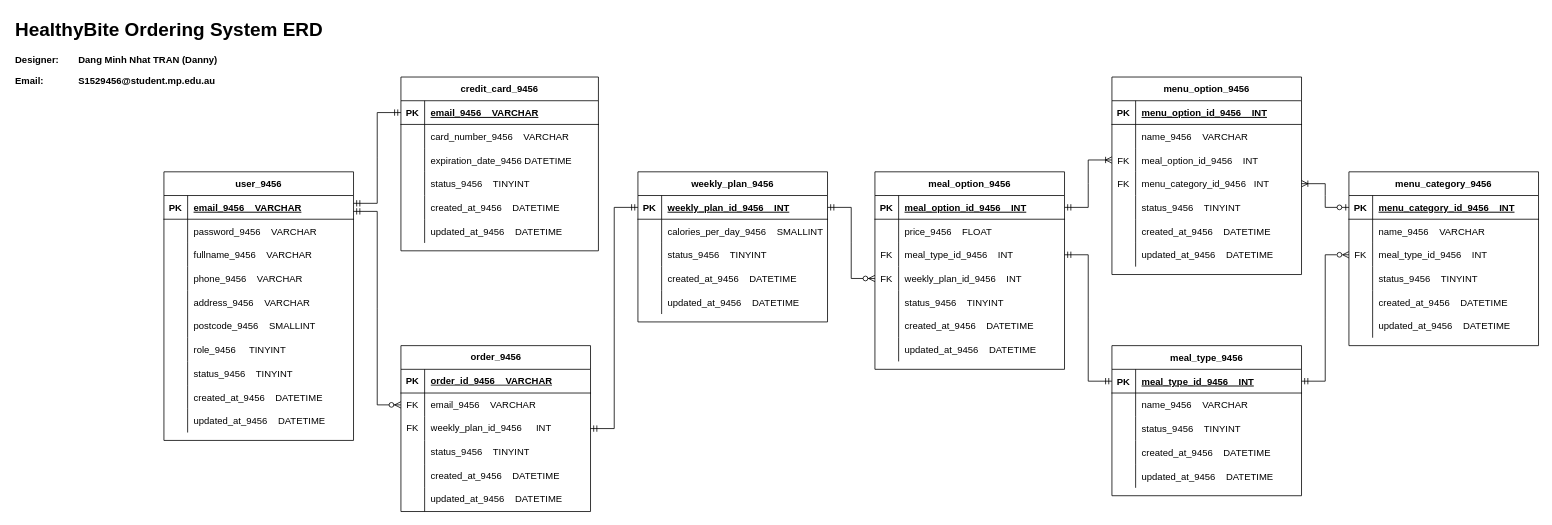
The draw.io diagram Untitled Diagram.drawio in DannyTran3000/er_diagram, before the edit. Source tidied: cells renumbered, new cells numbered last; positions are measured from the earlier drawing's top-left corner, leaving out a move shared by most shapes. Both pictures are drawn from the tidied source at 79%, with x=0, y=0 at pixel (13, 13).
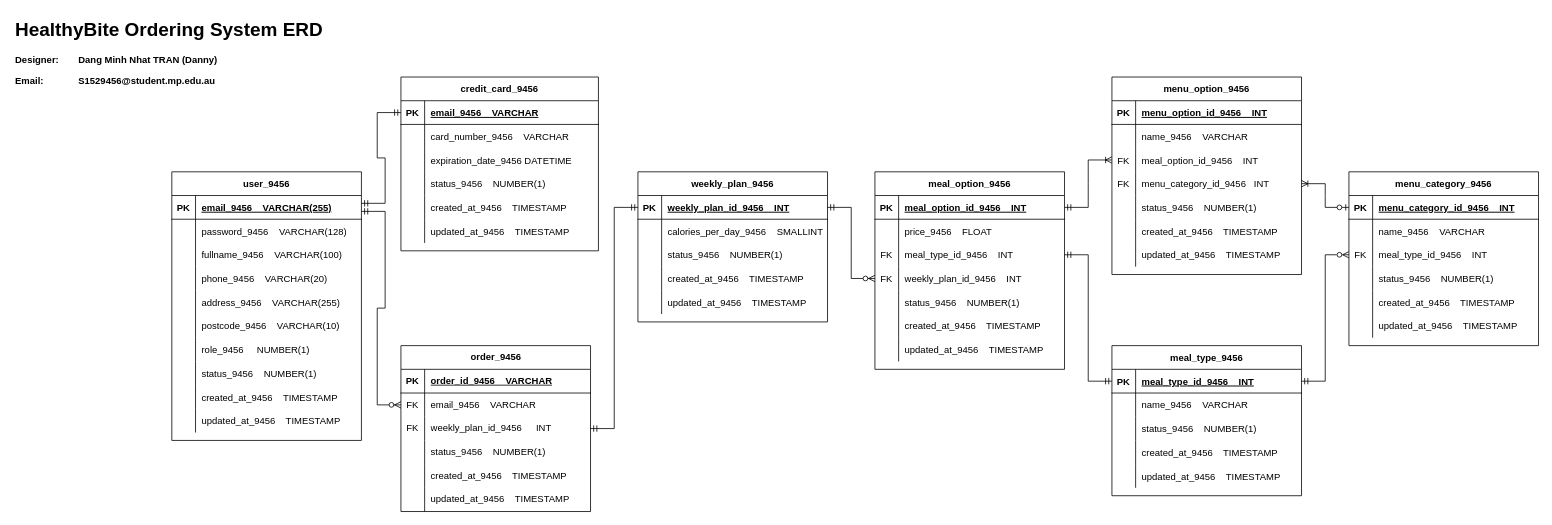
The same page after the edit.

Unchanged cells that the change refers to:
```xml
<mxCell id="12" style="shape=partialRectangle;fillColor=none;top=0;left=0;right=0;bottom=0;" parent="2" vertex="1">
<mxCell id="15" style="shape=partialRectangle;fillColor=none;top=0;left=0;right=0;bottom=0;" parent="2" vertex="1">
<mxCell id="18" style="shape=partialRectangle;fillColor=none;top=0;left=0;right=0;bottom=0;" parent="2" vertex="1">
<mxCell id="34" style="shape=partialRectangle;fillColor=none;top=0;left=0;right=0;bottom=0;" parent="21" vertex="1">
<mxCell id="37" style="shape=partialRectangle;fillColor=none;top=0;left=0;right=0;bottom=0;" parent="21" vertex="1">
<mxCell id="40" style="shape=partialRectangle;fillColor=none;top=0;left=0;right=0;bottom=0;" parent="21" vertex="1">
<mxCell id="44" style="shape=partialRectangle;fillColor=none;points=[[0,0.5],[1,0.5]];portConstraint=eastwest;top=0;left=0;right=0;bottom=1;" parent="43" vertex="1">
<mxCell id="47" style="shape=partialRectangle;fillColor=none;top=0;left=0;right=0;bottom=0;" parent="43" vertex="1">
<mxCell id="50" style="shape=partialRectangle;fillColor=none;top=0;left=0;right=0;bottom=0;" parent="43" vertex="1">
<mxCell id="53" style="shape=partialRectangle;fillColor=none;top=0;left=0;right=0;bottom=0;" parent="43" vertex="1">
<mxCell id="56" style="shape=partialRectangle;fillColor=none;top=0;left=0;right=0;bottom=0;" parent="43" vertex="1">
<mxCell id="59" style="shape=partialRectangle;fillColor=none;top=0;left=0;right=0;bottom=0;" parent="43" vertex="1">
<mxCell id="62" style="shape=partialRectangle;fillColor=none;top=0;left=0;right=0;bottom=0;" parent="43" vertex="1">
<mxCell id="65" style="shape=partialRectangle;fillColor=none;top=0;left=0;right=0;bottom=0;" parent="43" vertex="1">
<mxCell id="68" style="shape=partialRectangle;fillColor=none;top=0;left=0;right=0;bottom=0;" parent="43" vertex="1">
<mxCell id="71" style="shape=partialRectangle;fillColor=none;top=0;left=0;right=0;bottom=0;" parent="43" vertex="1">
<mxCell id="82" style="shape=partialRectangle;fillColor=none;top=0;left=0;right=0;bottom=0;" parent="75" vertex="1">
<mxCell id="85" style="shape=partialRectangle;fillColor=none;top=0;left=0;right=0;bottom=0;" parent="75" vertex="1">
<mxCell id="88" style="shape=partialRectangle;fillColor=none;top=0;left=0;right=0;bottom=0;" parent="75" vertex="1">
<mxCell id="105" style="shape=partialRectangle;fillColor=none;top=0;left=0;right=0;bottom=0;" parent="92" vertex="1">
<mxCell id="108" style="shape=partialRectangle;fillColor=none;top=0;left=0;right=0;bottom=0;" parent="92" vertex="1">
<mxCell id="111" style="shape=partialRectangle;fillColor=none;top=0;left=0;right=0;bottom=0;" parent="92" vertex="1">
<mxCell id="124" style="shape=partialRectangle;fillColor=none;top=0;left=0;right=0;bottom=0;" parent="114" vertex="1">
<mxCell id="127" style="shape=partialRectangle;fillColor=none;top=0;left=0;right=0;bottom=0;" parent="114" vertex="1">
<mxCell id="130" style="shape=partialRectangle;fillColor=none;top=0;left=0;right=0;bottom=0;" parent="114" vertex="1">
<mxCell id="140" style="shape=partialRectangle;fillColor=none;top=0;left=0;right=0;bottom=0;" parent="133" vertex="1">
<mxCell id="143" style="shape=partialRectangle;fillColor=none;top=0;left=0;right=0;bottom=0;" parent="133" vertex="1">
<mxCell id="146" style="shape=partialRectangle;fillColor=none;top=0;left=0;right=0;bottom=0;" parent="133" vertex="1">
<mxCell id="166" style="shape=tableRow;horizontal=0;startSize=0;swimlaneHead=0;swimlaneBody=0;fillColor=none;top=0;left=0;right=0;bottom=0;" parent="156" vertex="1">
<mxCell id="169" style="shape=tableRow;horizontal=0;startSize=0;swimlaneHead=0;swimlaneBody=0;fillColor=none;top=0;left=0;right=0;bottom=0;" parent="156" vertex="1">
<mxCell id="172" style="shape=tableRow;horizontal=0;startSize=0;swimlaneHead=0;swimlaneBody=0;fillColor=none;top=0;left=0;right=0;bottom=0;" parent="156" vertex="1">
```

The edit, as a diff of the source:
```diff
@@
-    <mxCell id="14" value="status_9456    TINYINT" style="shape=partialRectangle;overflow=hidden;fillColor=none;top=0;left=0;bottom=0;right=0;align=left;spacingLeft=6;" parent="12" vertex="1">
+    <mxCell id="14" value="status_9456    NUMBER(1)" style="shape=partialRectangle;overflow=hidden;fillColor=none;top=0;left=0;bottom=0;right=0;align=left;spacingLeft=6;" parent="12" vertex="1">
       <mxGeometry x="30" width="220" height="30" as="geometry" />
     </mxCell>
@@
-    <mxCell id="17" value="created_at_9456    DATETIME" style="shape=partialRectangle;overflow=hidden;fillColor=none;top=0;left=0;bottom=0;right=0;align=left;spacingLeft=6;" parent="15" vertex="1">
+    <mxCell id="17" value="created_at_9456    TIMESTAMP" style="shape=partialRectangle;overflow=hidden;fillColor=none;top=0;left=0;bottom=0;right=0;align=left;spacingLeft=6;" parent="15" vertex="1">
       <mxGeometry x="30" width="220" height="30" as="geometry" />
     </mxCell>
@@
-    <mxCell id="20" value="updated_at_9456    DATETIME" style="shape=partialRectangle;overflow=hidden;fillColor=none;top=0;left=0;bottom=0;right=0;align=left;spacingLeft=6;" parent="18" vertex="1">
+    <mxCell id="20" value="updated_at_9456    TIMESTAMP" style="shape=partialRectangle;overflow=hidden;fillColor=none;top=0;left=0;bottom=0;right=0;align=left;spacingLeft=6;" parent="18" vertex="1">
       <mxGeometry x="30" width="220" height="30" as="geometry" />
     </mxCell>
@@
-    <mxCell id="36" value="status_9456    TINYINT" style="shape=partialRectangle;overflow=hidden;fillColor=none;top=0;left=0;bottom=0;right=0;align=left;spacingLeft=6;" parent="34" vertex="1">
+    <mxCell id="36" value="status_9456    NUMBER(1)" style="shape=partialRectangle;overflow=hidden;fillColor=none;top=0;left=0;bottom=0;right=0;align=left;spacingLeft=6;" parent="34" vertex="1">
       <mxGeometry x="30" width="210" height="30" as="geometry" />
     </mxCell>
@@
-    <mxCell id="39" value="created_at_9456    DATETIME" style="shape=partialRectangle;overflow=hidden;fillColor=none;top=0;left=0;bottom=0;right=0;align=left;spacingLeft=6;" parent="37" vertex="1">
+    <mxCell id="39" value="created_at_9456    TIMESTAMP" style="shape=partialRectangle;overflow=hidden;fillColor=none;top=0;left=0;bottom=0;right=0;align=left;spacingLeft=6;" parent="37" vertex="1">
       <mxGeometry x="30" width="210" height="30" as="geometry" />
     </mxCell>
@@
-    <mxCell id="42" value="updated_at_9456    DATETIME" style="shape=partialRectangle;overflow=hidden;fillColor=none;top=0;left=0;bottom=0;right=0;align=left;spacingLeft=6;" parent="40" vertex="1">
+    <mxCell id="42" value="updated_at_9456    TIMESTAMP" style="shape=partialRectangle;overflow=hidden;fillColor=none;top=0;left=0;bottom=0;right=0;align=left;spacingLeft=6;" parent="40" vertex="1">
       <mxGeometry x="30" width="210" height="30" as="geometry" />
     </mxCell>
     <mxCell id="43" value="user_9456" style="shape=table;startSize=30;childLayout=tableLayout;rowLines=0;fontStyle=1;align=center;" parent="1" vertex="1">
-      <mxGeometry x="190" y="200" width="240" height="340" as="geometry" />
+      <mxGeometry x="200" y="200" width="240" height="340" as="geometry" />
     </mxCell>
@@
-    <mxCell id="46" value="email_9456    VARCHAR" style="shape=partialRectangle;overflow=hidden;fillColor=none;top=0;left=0;bottom=0;right=0;align=left;spacingLeft=6;fontStyle=5;" parent="44" vertex="1">
+    <mxCell id="46" value="email_9456    VARCHAR(255)" style="shape=partialRectangle;overflow=hidden;fillColor=none;top=0;left=0;bottom=0;right=0;align=left;spacingLeft=6;fontStyle=5;" parent="44" vertex="1">
       <mxGeometry x="30" width="210" height="30" as="geometry" />
     </mxCell>
@@
-    <mxCell id="49" value="password_9456    VARCHAR" style="shape=partialRectangle;overflow=hidden;fillColor=none;top=0;left=0;bottom=0;right=0;align=left;spacingLeft=6;" parent="47" vertex="1">
+    <mxCell id="49" value="password_9456    VARCHAR(128)" style="shape=partialRectangle;overflow=hidden;fillColor=none;top=0;left=0;bottom=0;right=0;align=left;spacingLeft=6;" parent="47" vertex="1">
       <mxGeometry x="30" width="210" height="30" as="geometry" />
     </mxCell>
@@
-    <mxCell id="52" value="fullname_9456    VARCHAR" style="shape=partialRectangle;overflow=hidden;fillColor=none;top=0;left=0;bottom=0;right=0;align=left;spacingLeft=6;" parent="50" vertex="1">
+    <mxCell id="52" value="fullname_9456    VARCHAR(100)" style="shape=partialRectangle;overflow=hidden;fillColor=none;top=0;left=0;bottom=0;right=0;align=left;spacingLeft=6;" parent="50" vertex="1">
       <mxGeometry x="30" width="210" height="30" as="geometry" />
     </mxCell>
@@
-    <mxCell id="55" value="phone_9456    VARCHAR" style="shape=partialRectangle;overflow=hidden;fillColor=none;top=0;left=0;bottom=0;right=0;align=left;spacingLeft=6;" parent="53" vertex="1">
+    <mxCell id="55" value="phone_9456    VARCHAR(20)" style="shape=partialRectangle;overflow=hidden;fillColor=none;top=0;left=0;bottom=0;right=0;align=left;spacingLeft=6;" parent="53" vertex="1">
       <mxGeometry x="30" width="210" height="30" as="geometry" />
     </mxCell>
@@
-    <mxCell id="58" value="address_9456    VARCHAR" style="shape=partialRectangle;overflow=hidden;fillColor=none;top=0;left=0;bottom=0;right=0;align=left;spacingLeft=6;" parent="56" vertex="1">
+    <mxCell id="58" value="address_9456    VARCHAR(255)" style="shape=partialRectangle;overflow=hidden;fillColor=none;top=0;left=0;bottom=0;right=0;align=left;spacingLeft=6;" parent="56" vertex="1">
       <mxGeometry x="30" width="210" height="30" as="geometry" />
     </mxCell>
@@
-    <mxCell id="61" value="postcode_9456    SMALLINT" style="shape=partialRectangle;overflow=hidden;fillColor=none;top=0;left=0;bottom=0;right=0;align=left;spacingLeft=6;" parent="59" vertex="1">
+    <mxCell id="61" value="postcode_9456    VARCHAR(10)" style="shape=partialRectangle;overflow=hidden;fillColor=none;top=0;left=0;bottom=0;right=0;align=left;spacingLeft=6;" parent="59" vertex="1">
       <mxGeometry x="30" width="210" height="30" as="geometry" />
     </mxCell>
@@
-    <mxCell id="64" value="role_9456     TINYINT" style="shape=partialRectangle;overflow=hidden;fillColor=none;top=0;left=0;bottom=0;right=0;align=left;spacingLeft=6;" parent="62" vertex="1">
+    <mxCell id="64" value="role_9456     NUMBER(1)" style="shape=partialRectangle;overflow=hidden;fillColor=none;top=0;left=0;bottom=0;right=0;align=left;spacingLeft=6;" parent="62" vertex="1">
       <mxGeometry x="30" width="210" height="30" as="geometry" />
     </mxCell>
@@
-    <mxCell id="67" value="status_9456    TINYINT" style="shape=partialRectangle;overflow=hidden;fillColor=none;top=0;left=0;bottom=0;right=0;align=left;spacingLeft=6;" parent="65" vertex="1">
+    <mxCell id="67" value="status_9456    NUMBER(1)" style="shape=partialRectangle;overflow=hidden;fillColor=none;top=0;left=0;bottom=0;right=0;align=left;spacingLeft=6;" parent="65" vertex="1">
       <mxGeometry x="30" width="210" height="30" as="geometry" />
     </mxCell>
@@
-    <mxCell id="70" value="created_at_9456    DATETIME" style="shape=partialRectangle;overflow=hidden;fillColor=none;top=0;left=0;bottom=0;right=0;align=left;spacingLeft=6;" parent="68" vertex="1">
+    <mxCell id="70" value="created_at_9456    TIMESTAMP" style="shape=partialRectangle;overflow=hidden;fillColor=none;top=0;left=0;bottom=0;right=0;align=left;spacingLeft=6;" parent="68" vertex="1">
       <mxGeometry x="30" width="210" height="30" as="geometry" />
     </mxCell>
@@
-    <mxCell id="73" value="updated_at_9456    DATETIME" style="shape=partialRectangle;overflow=hidden;fillColor=none;top=0;left=0;bottom=0;right=0;align=left;spacingLeft=6;" parent="71" vertex="1">
+    <mxCell id="73" value="updated_at_9456    TIMESTAMP" style="shape=partialRectangle;overflow=hidden;fillColor=none;top=0;left=0;bottom=0;right=0;align=left;spacingLeft=6;" parent="71" vertex="1">
       <mxGeometry x="30" width="210" height="30" as="geometry" />
     </mxCell>
@@
-    <mxCell id="84" value="status_9456    TINYINT" style="shape=partialRectangle;overflow=hidden;fillColor=none;top=0;left=0;bottom=0;right=0;align=left;spacingLeft=6;" parent="82" vertex="1">
+    <mxCell id="84" value="status_9456    NUMBER(1)" style="shape=partialRectangle;overflow=hidden;fillColor=none;top=0;left=0;bottom=0;right=0;align=left;spacingLeft=6;" parent="82" vertex="1">
       <mxGeometry x="30" width="210" height="30" as="geometry" />
     </mxCell>
@@
-    <mxCell id="87" value="created_at_9456    DATETIME" style="shape=partialRectangle;overflow=hidden;fillColor=none;top=0;left=0;bottom=0;right=0;align=left;spacingLeft=6;" parent="85" vertex="1">
+    <mxCell id="87" value="created_at_9456    TIMESTAMP" style="shape=partialRectangle;overflow=hidden;fillColor=none;top=0;left=0;bottom=0;right=0;align=left;spacingLeft=6;" parent="85" vertex="1">
       <mxGeometry x="30" width="210" height="30" as="geometry" />
     </mxCell>
@@
-    <mxCell id="90" value="updated_at_9456    DATETIME" style="shape=partialRectangle;overflow=hidden;fillColor=none;top=0;left=0;bottom=0;right=0;align=left;spacingLeft=6;" parent="88" vertex="1">
+    <mxCell id="90" value="updated_at_9456    TIMESTAMP" style="shape=partialRectangle;overflow=hidden;fillColor=none;top=0;left=0;bottom=0;right=0;align=left;spacingLeft=6;" parent="88" vertex="1">
       <mxGeometry x="30" width="210" height="30" as="geometry" />
     </mxCell>
@@
-    <mxCell id="107" value="status_9456    TINYINT" style="shape=partialRectangle;overflow=hidden;fillColor=none;top=0;left=0;bottom=0;right=0;align=left;spacingLeft=6;" parent="105" vertex="1">
+    <mxCell id="107" value="status_9456    NUMBER(1)" style="shape=partialRectangle;overflow=hidden;fillColor=none;top=0;left=0;bottom=0;right=0;align=left;spacingLeft=6;" parent="105" vertex="1">
       <mxGeometry x="30" width="210" height="30" as="geometry" />
     </mxCell>
@@
-    <mxCell id="110" value="created_at_9456    DATETIME" style="shape=partialRectangle;overflow=hidden;fillColor=none;top=0;left=0;bottom=0;right=0;align=left;spacingLeft=6;" parent="108" vertex="1">
+    <mxCell id="110" value="created_at_9456    TIMESTAMP" style="shape=partialRectangle;overflow=hidden;fillColor=none;top=0;left=0;bottom=0;right=0;align=left;spacingLeft=6;" parent="108" vertex="1">
       <mxGeometry x="30" width="210" height="30" as="geometry" />
     </mxCell>
@@
-    <mxCell id="113" value="updated_at_9456    DATETIME" style="shape=partialRectangle;overflow=hidden;fillColor=none;top=0;left=0;bottom=0;right=0;align=left;spacingLeft=6;" parent="111" vertex="1">
+    <mxCell id="113" value="updated_at_9456    TIMESTAMP" style="shape=partialRectangle;overflow=hidden;fillColor=none;top=0;left=0;bottom=0;right=0;align=left;spacingLeft=6;" parent="111" vertex="1">
       <mxGeometry x="30" width="210" height="30" as="geometry" />
     </mxCell>
@@
-    <mxCell id="126" value="status_9456    TINYINT" style="shape=partialRectangle;overflow=hidden;fillColor=none;top=0;left=0;bottom=0;right=0;align=left;spacingLeft=6;" parent="124" vertex="1">
+    <mxCell id="126" value="status_9456    NUMBER(1)" style="shape=partialRectangle;overflow=hidden;fillColor=none;top=0;left=0;bottom=0;right=0;align=left;spacingLeft=6;" parent="124" vertex="1">
       <mxGeometry x="30" width="210" height="30" as="geometry" />
     </mxCell>
@@
-    <mxCell id="129" value="created_at_9456    DATETIME" style="shape=partialRectangle;overflow=hidden;fillColor=none;top=0;left=0;bottom=0;right=0;align=left;spacingLeft=6;" parent="127" vertex="1">
+    <mxCell id="129" value="created_at_9456    TIMESTAMP" style="shape=partialRectangle;overflow=hidden;fillColor=none;top=0;left=0;bottom=0;right=0;align=left;spacingLeft=6;" parent="127" vertex="1">
       <mxGeometry x="30" width="210" height="30" as="geometry" />
     </mxCell>
@@
-    <mxCell id="132" value="updated_at_9456    DATETIME" style="shape=partialRectangle;overflow=hidden;fillColor=none;top=0;left=0;bottom=0;right=0;align=left;spacingLeft=6;" parent="130" vertex="1">
+    <mxCell id="132" value="updated_at_9456    TIMESTAMP" style="shape=partialRectangle;overflow=hidden;fillColor=none;top=0;left=0;bottom=0;right=0;align=left;spacingLeft=6;" parent="130" vertex="1">
       <mxGeometry x="30" width="210" height="30" as="geometry" />
     </mxCell>
@@
-    <mxCell id="142" value="status_9456    TINYINT" style="shape=partialRectangle;overflow=hidden;fillColor=none;top=0;left=0;bottom=0;right=0;align=left;spacingLeft=6;" parent="140" vertex="1">
+    <mxCell id="142" value="status_9456    NUMBER(1)" style="shape=partialRectangle;overflow=hidden;fillColor=none;top=0;left=0;bottom=0;right=0;align=left;spacingLeft=6;" parent="140" vertex="1">
       <mxGeometry x="30" width="210" height="30" as="geometry" />
     </mxCell>
@@
-    <mxCell id="145" value="created_at_9456    DATETIME" style="shape=partialRectangle;overflow=hidden;fillColor=none;top=0;left=0;bottom=0;right=0;align=left;spacingLeft=6;" parent="143" vertex="1">
+    <mxCell id="145" value="created_at_9456    TIMESTAMP" style="shape=partialRectangle;overflow=hidden;fillColor=none;top=0;left=0;bottom=0;right=0;align=left;spacingLeft=6;" parent="143" vertex="1">
       <mxGeometry x="30" width="210" height="30" as="geometry" />
     </mxCell>
@@
-    <mxCell id="148" value="updated_at_9456    DATETIME" style="shape=partialRectangle;overflow=hidden;fillColor=none;top=0;left=0;bottom=0;right=0;align=left;spacingLeft=6;" parent="146" vertex="1">
+    <mxCell id="148" value="updated_at_9456    TIMESTAMP" style="shape=partialRectangle;overflow=hidden;fillColor=none;top=0;left=0;bottom=0;right=0;align=left;spacingLeft=6;" parent="146" vertex="1">
       <mxGeometry x="30" width="210" height="30" as="geometry" />
     </mxCell>
@@
-    <mxCell id="168" value="&lt;span style=&quot;text-wrap: nowrap;&quot;&gt;status_9456&amp;nbsp;&amp;nbsp;&amp;nbsp;&amp;nbsp;TINYINT&lt;/span&gt;" style="shape=partialRectangle;fillColor=none;top=0;left=0;bottom=0;right=0;align=left;spacingLeft=6;overflow=hidden;whiteSpace=wrap;html=1;" parent="166" vertex="1">
+    <mxCell id="168" value="&lt;span style=&quot;text-wrap: nowrap;&quot;&gt;status_9456&amp;nbsp; &amp;nbsp; NUMBER(1)&lt;/span&gt;" style="shape=partialRectangle;fillColor=none;top=0;left=0;bottom=0;right=0;align=left;spacingLeft=6;overflow=hidden;whiteSpace=wrap;html=1;" parent="166" vertex="1">
       <mxGeometry x="30" width="210" height="30" as="geometry" />
     </mxCell>
@@
-    <mxCell id="171" value="&lt;span style=&quot;text-wrap: nowrap;&quot;&gt;created_at_9456&amp;nbsp;&amp;nbsp;&amp;nbsp;&amp;nbsp;DATETIME&lt;/span&gt;" style="shape=partialRectangle;fillColor=none;top=0;left=0;bottom=0;right=0;align=left;spacingLeft=6;overflow=hidden;whiteSpace=wrap;html=1;" parent="169" vertex="1">
+    <mxCell id="171" value="&lt;span style=&quot;text-wrap: nowrap;&quot;&gt;created_at_9456&amp;nbsp; &amp;nbsp; TIMESTAMP&lt;/span&gt;" style="shape=partialRectangle;fillColor=none;top=0;left=0;bottom=0;right=0;align=left;spacingLeft=6;overflow=hidden;whiteSpace=wrap;html=1;" parent="169" vertex="1">
       <mxGeometry x="30" width="210" height="30" as="geometry" />
     </mxCell>
@@
-    <mxCell id="174" value="&lt;span style=&quot;text-wrap: nowrap;&quot;&gt;updated_at_9456&amp;nbsp;&amp;nbsp;&amp;nbsp;&amp;nbsp;DATETIME&lt;/span&gt;" style="shape=partialRectangle;fillColor=none;top=0;left=0;bottom=0;right=0;align=left;spacingLeft=6;overflow=hidden;whiteSpace=wrap;html=1;" parent="172" vertex="1">
+    <mxCell id="174" value="&lt;span style=&quot;text-wrap: nowrap;&quot;&gt;updated_at_9456&amp;nbsp; &amp;nbsp; TIMESTAMP&lt;/span&gt;" style="shape=partialRectangle;fillColor=none;top=0;left=0;bottom=0;right=0;align=left;spacingLeft=6;overflow=hidden;whiteSpace=wrap;html=1;" parent="172" vertex="1">
       <mxGeometry x="30" width="210" height="30" as="geometry" />
     </mxCell>
```
